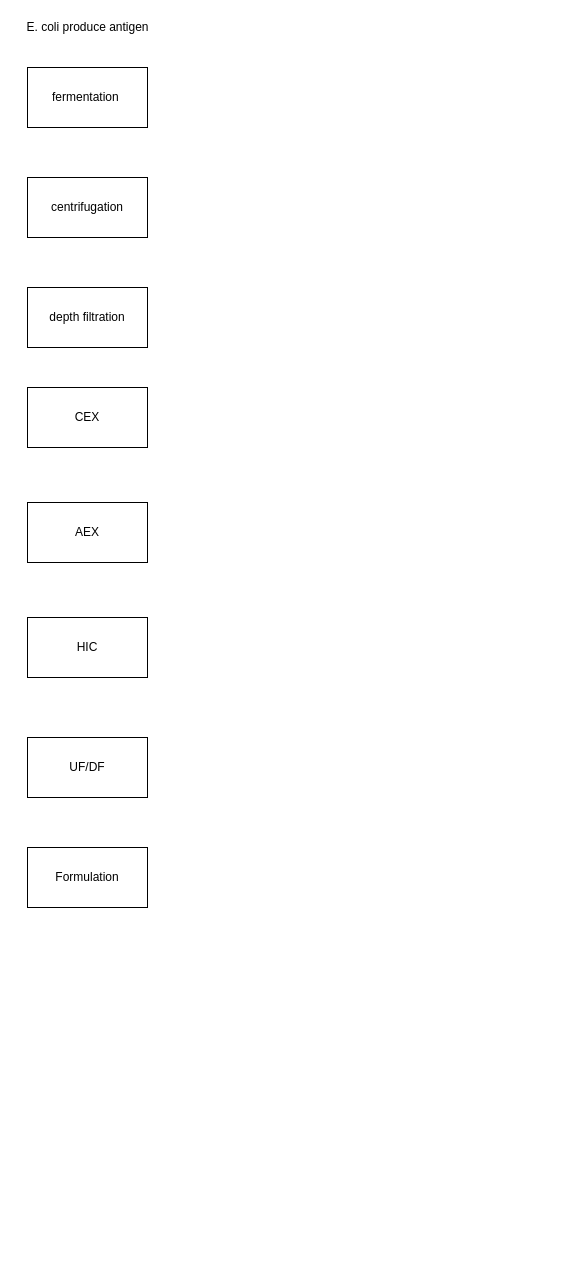
ucbeanz/test keeps this draw.io diagram as 0033.drawio. Above is the earlier version. Source tidied: cells renumbered, new cells numbered last; positions are measured from the earlier drawing's top-left corner, leaving out a move shared by most shapes. Both pictures are drawn from the tidied source at 100%, with x=0, y=0 at pixel (17, 17).
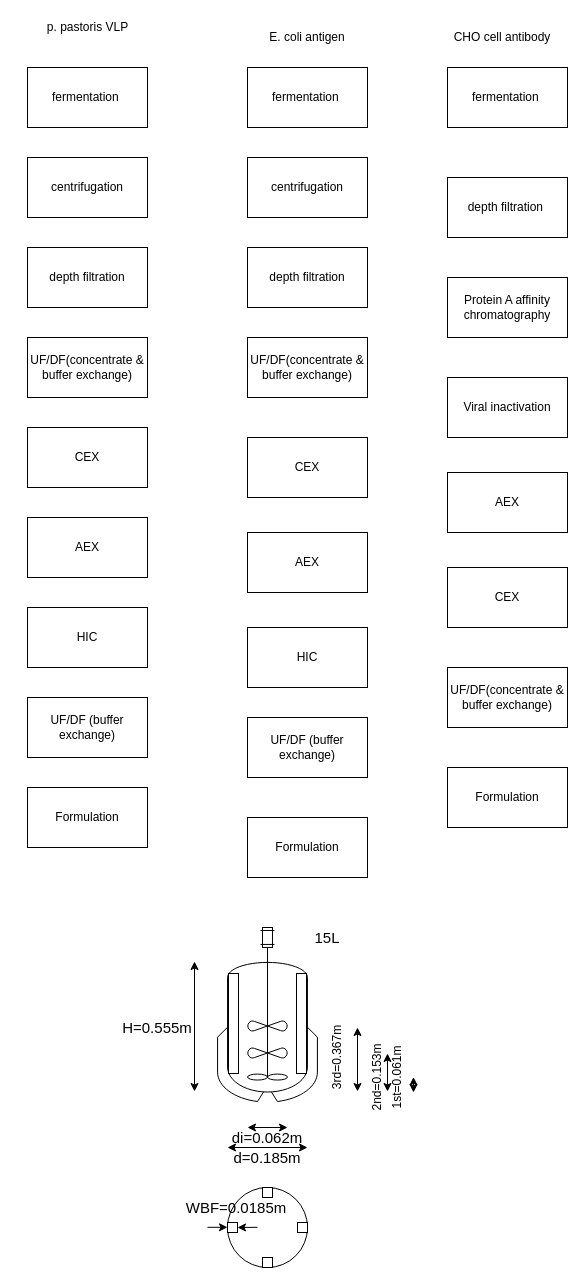
Above is the later version.

The edit, as a diff of the source:
```diff
@@
     <mxCell id="3" value="centrifugation" style="rounded=0;whiteSpace=wrap;html=1;" parent="1" vertex="1">
-      <mxGeometry x="10" y="160" width="120" height="60" as="geometry" />
+      <mxGeometry x="10" y="140" width="120" height="60" as="geometry" />
     </mxCell>
     <mxCell id="4" value="depth filtration" style="rounded=0;whiteSpace=wrap;html=1;" parent="1" vertex="1">
-      <mxGeometry x="10" y="270" width="120" height="60" as="geometry" />
+      <mxGeometry x="10" y="230" width="120" height="60" as="geometry" />
     </mxCell>
-    <mxCell id="5" value="E. coli produce antigen" style="text;html=1;align=center;verticalAlign=middle;" parent="1" vertex="1">
-      <mxGeometry width="140" height="20" as="geometry" />
+    <mxCell id="5" value="p. pastoris VLP" style="text;html=1;align=center;verticalAlign=middle;" parent="1" vertex="1">
+      <mxGeometry x="20" width="100" height="20" as="geometry" />
     </mxCell>
     <mxCell id="6" value="CEX" style="rounded=0;whiteSpace=wrap;html=1;" parent="1" vertex="1">
-      <mxGeometry x="10" y="370" width="120" height="60" as="geometry" />
+      <mxGeometry x="10" y="410" width="120" height="60" as="geometry" />
     </mxCell>
     <mxCell id="7" value="AEX" style="rounded=0;whiteSpace=wrap;html=1;" parent="1" vertex="1">
-      <mxGeometry x="10" y="485" width="120" height="60" as="geometry" />
+      <mxGeometry x="10" y="500" width="120" height="60" as="geometry" />
     </mxCell>
     <mxCell id="8" value="HIC" style="rounded=0;whiteSpace=wrap;html=1;" parent="1" vertex="1">
-      <mxGeometry x="10" y="600" width="120" height="60" as="geometry" />
+      <mxGeometry x="10" y="590" width="120" height="60" as="geometry" />
     </mxCell>
-    <mxCell id="9" value="UF/DF" style="rounded=0;whiteSpace=wrap;html=1;" parent="1" vertex="1">
-      <mxGeometry x="10" y="720" width="120" height="60" as="geometry" />
+    <mxCell id="9" value="UF/DF (buffer exchange)" style="rounded=0;whiteSpace=wrap;html=1;" parent="1" vertex="1">
+      <mxGeometry x="10" y="680" width="120" height="60" as="geometry" />
     </mxCell>
     <mxCell id="10" value="Formulation" style="rounded=0;whiteSpace=wrap;html=1;" parent="1" vertex="1">
-      <mxGeometry x="10" y="830" width="120" height="60" as="geometry" />
+      <mxGeometry x="10" y="770" width="120" height="60" as="geometry" />
     </mxCell>
+    <mxCell id="11" value="UF/DF(concentrate &amp;amp; buffer exchange)" style="rounded=0;whiteSpace=wrap;html=1;" parent="1" vertex="1">
+      <mxGeometry x="10" y="320" width="120" height="60" as="geometry" />
+    </mxCell>
+    <mxCell id="12" style="group;" parent="1" vertex="1">
+      <mxGeometry x="200" y="910" width="100" height="174" as="geometry" />
+    </mxCell>
+    <mxCell id="13" style="shape=mxgraph.pid.vessels.jacketed_mixing_vessel;html=1;align=center;verticalLabelPosition=bottom;verticalAlign=top;dashed=0;" parent="12" vertex="1">
+      <mxGeometry width="100" height="174" as="geometry" />
+    </mxCell>
+    <mxCell id="14" style="shape=mxgraph.pid.agitators.agitator_(propeller);html=1;align=center;verticalLabelPosition=bottom;verticalAlign=top;dashed=0;" parent="12" vertex="1">
+      <mxGeometry x="30" y="71" width="40" height="60" as="geometry" />
+    </mxCell>
+    <mxCell id="15" style="shape=mxgraph.pid.agitators.agitator_(propeller);html=1;align=center;verticalLabelPosition=bottom;verticalAlign=top;dashed=0;" parent="12" vertex="1">
+      <mxGeometry x="30" y="44" width="40" height="60" as="geometry" />
+    </mxCell>
+    <mxCell id="16" style="rounded=0;whiteSpace=wrap;html=1;" parent="12" vertex="1">
+      <mxGeometry x="11" y="46" width="10" height="100" as="geometry" />
+    </mxCell>
+    <mxCell id="17" style="rounded=0;whiteSpace=wrap;html=1;" parent="12" vertex="1">
+      <mxGeometry x="79" y="46" width="10" height="100" as="geometry" />
+    </mxCell>
+    <mxCell id="18" style="endArrow=classic;startArrow=classic;html=1;" parent="1" edge="1">
+      <mxGeometry relative="1" as="geometry">
+        <mxPoint x="210" y="1130" as="sourcePoint" />
+        <mxPoint x="290" y="1130" as="targetPoint" />
+      </mxGeometry>
+    </mxCell>
+    <mxCell id="19" style="endArrow=classic;startArrow=classic;html=1;" parent="1" edge="1">
+      <mxGeometry relative="1" as="geometry">
+        <mxPoint x="230" y="1110" as="sourcePoint" />
+        <mxPoint x="270" y="1110" as="targetPoint" />
+      </mxGeometry>
+    </mxCell>
+    <mxCell id="20" style="endArrow=classic;startArrow=classic;html=1;" parent="1" edge="1">
+      <mxGeometry relative="1" as="geometry">
+        <mxPoint x="177" y="1074" as="sourcePoint" />
+        <mxPoint x="177" y="944" as="targetPoint" />
+      </mxGeometry>
+    </mxCell>
+    <mxCell id="21" value="&lt;font style=&quot;font-size: 15px&quot;&gt;d=0.185m&lt;/font&gt;" style="text;html=1;strokeColor=none;fillColor=none;align=center;verticalAlign=middle;whiteSpace=wrap;rounded=0;" parent="1" vertex="1">
+      <mxGeometry x="230" y="1130" width="40" height="20" as="geometry" />
+    </mxCell>
+    <mxCell id="22" value="&lt;font style=&quot;font-size: 15px&quot;&gt;di=0.062m&lt;/font&gt;" style="text;html=1;strokeColor=none;fillColor=none;align=center;verticalAlign=middle;whiteSpace=wrap;rounded=0;" parent="1" vertex="1">
+      <mxGeometry x="230" y="1110" width="40" height="20" as="geometry" />
+    </mxCell>
+    <mxCell id="23" value="&lt;font style=&quot;font-size: 15px&quot;&gt;H=0.555m&lt;/font&gt;" style="text;html=1;strokeColor=none;fillColor=none;align=center;verticalAlign=middle;whiteSpace=wrap;rounded=0;" parent="1" vertex="1">
+      <mxGeometry x="120" y="1000" width="40" height="20" as="geometry" />
+    </mxCell>
+    <mxCell id="24" style="endArrow=classic;startArrow=classic;html=1;" parent="1" edge="1">
+      <mxGeometry relative="1" as="geometry">
+        <mxPoint x="340" y="1074" as="sourcePoint" />
+        <mxPoint x="340" y="1010" as="targetPoint" />
+      </mxGeometry>
+    </mxCell>
+    <mxCell id="25" style="endArrow=classic;startArrow=classic;html=1;" parent="1" edge="1">
+      <mxGeometry relative="1" as="geometry">
+        <mxPoint x="370" y="1074" as="sourcePoint" />
+        <mxPoint x="370" y="1036" as="targetPoint" />
+      </mxGeometry>
+    </mxCell>
+    <mxCell id="26" style="endArrow=classic;startArrow=classic;html=1;" parent="1" edge="1">
+      <mxGeometry relative="1" as="geometry">
+        <mxPoint x="396" y="1075" as="sourcePoint" />
+        <mxPoint x="396" y="1059.5" as="targetPoint" />
+      </mxGeometry>
+    </mxCell>
+    <mxCell id="27" value="3rd=0.367m" style="text;html=1;strokeColor=none;fillColor=none;align=center;verticalAlign=middle;whiteSpace=wrap;rounded=0;rotation=-90;" parent="1" vertex="1">
+      <mxGeometry x="300" y="1030" width="40" height="20" as="geometry" />
+    </mxCell>
+    <mxCell id="28" value="2nd=0.153m" style="text;html=1;strokeColor=none;fillColor=none;align=center;verticalAlign=middle;whiteSpace=wrap;rounded=0;rotation=-90;" parent="1" vertex="1">
+      <mxGeometry x="340" y="1050" width="40" height="20" as="geometry" />
+    </mxCell>
+    <mxCell id="29" value="1st=0.061m" style="text;html=1;strokeColor=none;fillColor=none;align=center;verticalAlign=middle;whiteSpace=wrap;rounded=0;rotation=-90;" parent="1" vertex="1">
+      <mxGeometry x="360" y="1050" width="40" height="20" as="geometry" />
+    </mxCell>
+    <mxCell id="30" value="&lt;font style=&quot;font-size: 15px&quot;&gt;15L&lt;/font&gt;" style="text;html=1;strokeColor=none;fillColor=none;align=center;verticalAlign=middle;whiteSpace=wrap;rounded=0;" parent="1" vertex="1">
+      <mxGeometry x="290" y="910" width="40" height="20" as="geometry" />
+    </mxCell>
+    <mxCell id="31" style="ellipse;whiteSpace=wrap;html=1;" parent="1" vertex="1">
+      <mxGeometry x="210" y="1170" width="80" height="80" as="geometry" />
+    </mxCell>
+    <mxCell id="32" style="whiteSpace=wrap;html=1;" parent="1" vertex="1">
+      <mxGeometry x="210" y="1205" width="10" height="10" as="geometry" />
+    </mxCell>
+    <mxCell id="33" style="whiteSpace=wrap;html=1;" parent="1" vertex="1">
+      <mxGeometry x="280" y="1205" width="10" height="10" as="geometry" />
+    </mxCell>
+    <mxCell id="34" style="whiteSpace=wrap;html=1;" parent="1" vertex="1">
+      <mxGeometry x="245" y="1240" width="10" height="10" as="geometry" />
+    </mxCell>
+    <mxCell id="35" style="whiteSpace=wrap;html=1;" parent="1" vertex="1">
+      <mxGeometry x="245" y="1170" width="10" height="10" as="geometry" />
+    </mxCell>
+    <mxCell id="36" style="endArrow=classic;html=1;" parent="1" edge="1">
+      <mxGeometry relative="1" as="geometry">
+        <mxPoint x="190" y="1209.8" as="sourcePoint" />
+        <mxPoint x="210" y="1209.8" as="targetPoint" />
+      </mxGeometry>
+    </mxCell>
+    <mxCell id="37" style="endArrow=classic;html=1;" parent="1" edge="1">
+      <mxGeometry relative="1" as="geometry">
+        <mxPoint x="240" y="1209.8" as="sourcePoint" />
+        <mxPoint x="220" y="1210" as="targetPoint" />
+      </mxGeometry>
+    </mxCell>
+    <mxCell id="38" value="&lt;font style=&quot;font-size: 15px&quot;&gt;WBF=0.0185m&lt;/font&gt;" style="text;html=1;strokeColor=none;fillColor=none;align=center;verticalAlign=middle;whiteSpace=wrap;rounded=0;" parent="1" vertex="1">
+      <mxGeometry x="199" y="1180" width="40" height="20" as="geometry" />
+    </mxCell>
+    <mxCell id="39" value="fermentation&amp;nbsp;" style="rounded=0;whiteSpace=wrap;html=1;" parent="1" vertex="1">
+      <mxGeometry x="230" y="50" width="120" height="60" as="geometry" />
+    </mxCell>
+    <mxCell id="40" value="centrifugation" style="rounded=0;whiteSpace=wrap;html=1;" parent="1" vertex="1">
+      <mxGeometry x="230" y="140" width="120" height="60" as="geometry" />
+    </mxCell>
+    <mxCell id="41" value="depth filtration" style="rounded=0;whiteSpace=wrap;html=1;" parent="1" vertex="1">
+      <mxGeometry x="230" y="230" width="120" height="60" as="geometry" />
+    </mxCell>
+    <mxCell id="42" value="E. coli antigen" style="text;html=1;strokeColor=none;fillColor=none;align=center;verticalAlign=middle;whiteSpace=wrap;rounded=0;" parent="1" vertex="1">
+      <mxGeometry x="240" y="10" width="100" height="20" as="geometry" />
+    </mxCell>
+    <mxCell id="43" value="fermentation&amp;nbsp;" style="rounded=0;whiteSpace=wrap;html=1;" parent="1" vertex="1">
+      <mxGeometry x="430" y="50" width="120" height="60" as="geometry" />
+    </mxCell>
+    <mxCell id="44" value="depth filtration&amp;nbsp;" style="rounded=0;whiteSpace=wrap;html=1;" parent="1" vertex="1">
+      <mxGeometry x="430" y="160" width="120" height="60" as="geometry" />
+    </mxCell>
+    <mxCell id="45" value="Protein A affinity chromatography" style="rounded=0;whiteSpace=wrap;html=1;" parent="1" vertex="1">
+      <mxGeometry x="430" y="260" width="120" height="60" as="geometry" />
+    </mxCell>
+    <mxCell id="46" value="AEX" style="rounded=0;whiteSpace=wrap;html=1;" parent="1" vertex="1">
+      <mxGeometry x="430" y="455" width="120" height="60" as="geometry" />
+    </mxCell>
+    <mxCell id="47" value="CEX" style="rounded=0;whiteSpace=wrap;html=1;" parent="1" vertex="1">
+      <mxGeometry x="430" y="550" width="120" height="60" as="geometry" />
+    </mxCell>
+    <mxCell id="48" value="Viral inactivation" style="rounded=0;whiteSpace=wrap;html=1;" parent="1" vertex="1">
+      <mxGeometry x="430" y="360" width="120" height="60" as="geometry" />
+    </mxCell>
+    <mxCell id="49" value="UF/DF(concentrate &amp;amp; buffer exchange)" style="rounded=0;whiteSpace=wrap;html=1;" parent="1" vertex="1">
+      <mxGeometry x="430" y="650" width="120" height="60" as="geometry" />
+    </mxCell>
+    <mxCell id="50" value="Formulation" style="rounded=0;whiteSpace=wrap;html=1;" parent="1" vertex="1">
+      <mxGeometry x="430" y="750" width="120" height="60" as="geometry" />
+    </mxCell>
+    <mxCell id="51" value="CHO cell antibody" style="text;html=1;strokeColor=none;fillColor=none;align=center;verticalAlign=middle;whiteSpace=wrap;rounded=0;" parent="1" vertex="1">
+      <mxGeometry x="420" y="10" width="130" height="20" as="geometry" />
+    </mxCell>
+    <mxCell id="52" value="CEX" style="rounded=0;whiteSpace=wrap;html=1;" parent="1" vertex="1">
+      <mxGeometry x="230" y="420" width="120" height="60" as="geometry" />
+    </mxCell>
+    <mxCell id="53" value="AEX" style="rounded=0;whiteSpace=wrap;html=1;" parent="1" vertex="1">
+      <mxGeometry x="230" y="515" width="120" height="60" as="geometry" />
+    </mxCell>
+    <mxCell id="54" value="HIC" style="rounded=0;whiteSpace=wrap;html=1;" parent="1" vertex="1">
+      <mxGeometry x="230" y="610" width="120" height="60" as="geometry" />
+    </mxCell>
+    <mxCell id="55" value="UF/DF (buffer exchange)" style="rounded=0;whiteSpace=wrap;html=1;" parent="1" vertex="1">
+      <mxGeometry x="230" y="700" width="120" height="60" as="geometry" />
+    </mxCell>
+    <mxCell id="56" value="Formulation" style="rounded=0;whiteSpace=wrap;html=1;" parent="1" vertex="1">
+      <mxGeometry x="230" y="800" width="120" height="60" as="geometry" />
+    </mxCell>
+    <mxCell id="57" value="UF/DF(concentrate &amp;amp; buffer exchange)" style="rounded=0;whiteSpace=wrap;html=1;" parent="1" vertex="1">
+      <mxGeometry x="230" y="320" width="120" height="60" as="geometry" />
+    </mxCell>
```
